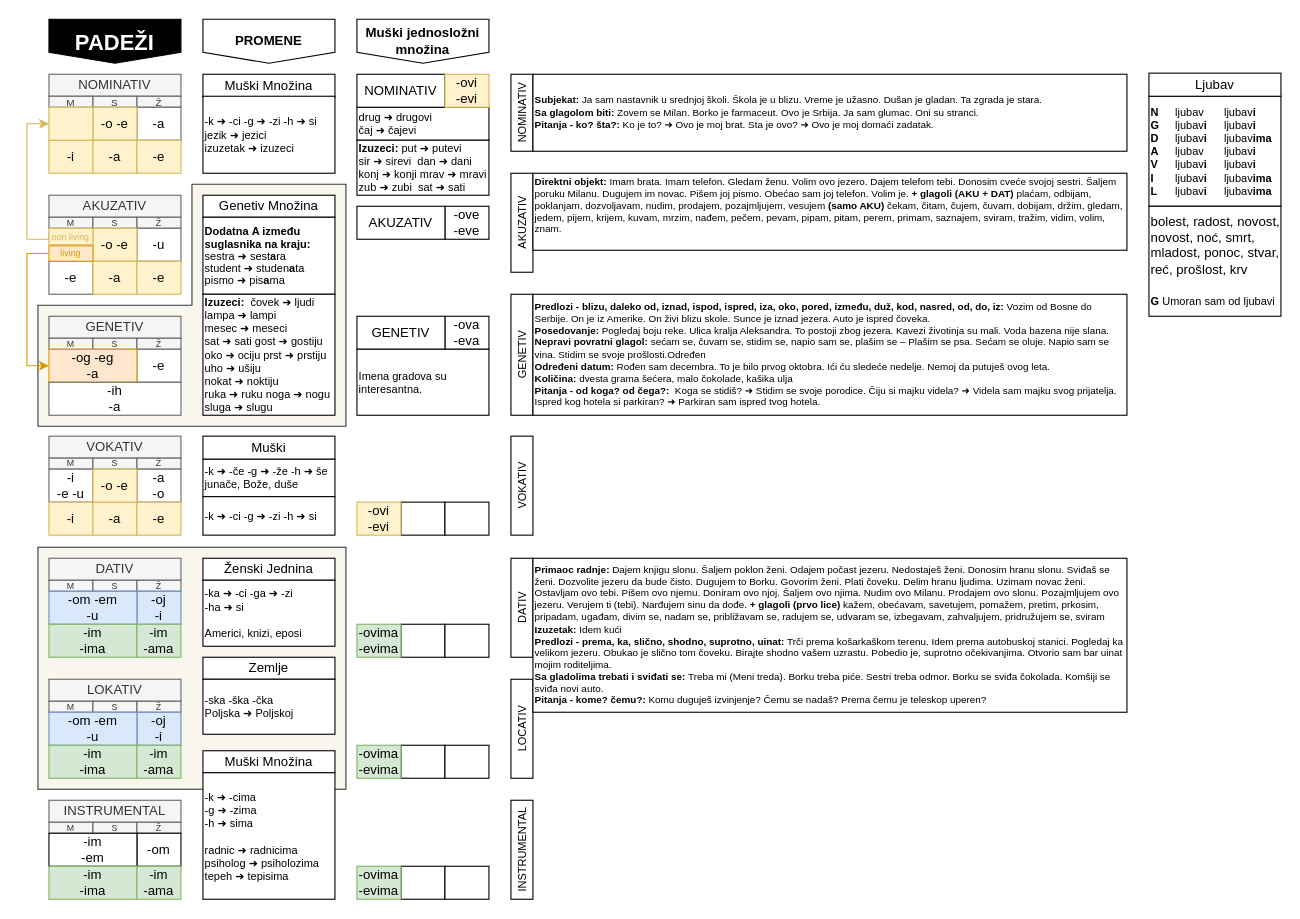
Earlier version of the draw.io diagram padezi.drawio (vlandivir/srpski). Source tidied: cells renumbered, new cells numbered last; positions are measured from the earlier drawing's top-left corner, leaving out a move shared by most shapes. Both pictures are drawn from the tidied source at 110%, with x=0, y=0 at pixel (26, 19).
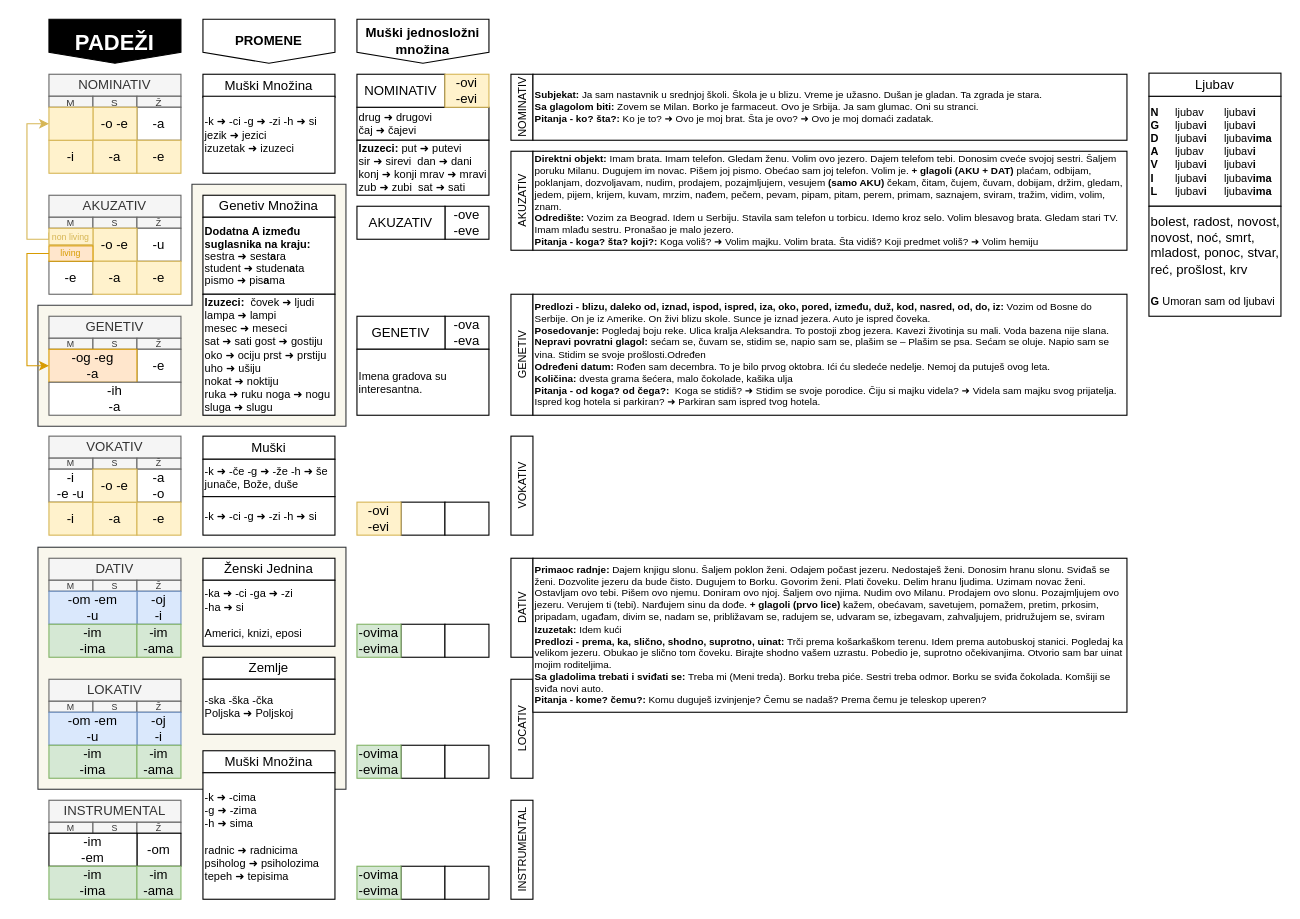
After the change.

Change to the diagram source:
```diff
@@
     <mxCell id="103" value="NOMINATIV" style="rounded=0;whiteSpace=wrap;html=1;fontSize=10;horizontal=0;" parent="1" vertex="1">
-      <mxGeometry x="440" y="50" width="20" height="70" as="geometry" />
+      <mxGeometry x="440" y="50" width="20" height="60" as="geometry" />
     </mxCell>
     <mxCell id="104" value="AKUZATIV" style="rounded=0;whiteSpace=wrap;html=1;fontSize=10;horizontal=0;" parent="1" vertex="1">
-      <mxGeometry x="440" y="140" width="20" height="90" as="geometry" />
+      <mxGeometry x="440" y="120" width="20" height="90" as="geometry" />
     </mxCell>
@@
-    <mxCell id="110" value="&lt;b style=&quot;font-size: 9px;&quot;&gt;Subjekat:&lt;/b&gt; Ja sam nastavnik u srednjoj školi. Škola je u blizu. Vreme je užasno. Dušan je gladan. Ta zgrada je stara. &lt;br style=&quot;font-size: 9px;&quot;&gt;&lt;b style=&quot;font-size: 9px;&quot;&gt;Sa glagolom biti: &lt;/b&gt;Zovem se Milan. Borko je farmaceut. Ovo je Srbija. Ja sam glumac. Oni su stranci.&lt;br style=&quot;font-size: 9px;&quot;&gt;&lt;b style=&quot;font-size: 9px;&quot;&gt;Pitanja - ko? šta?: &lt;/b&gt;Ko je to? ➜ Ovo je moj brat. Sta je ovo? ➜ Ovo je moj domaći zadatak.&amp;nbsp;" style="rounded=0;whiteSpace=wrap;html=1;align=left;fontSize=9;" parent="1" vertex="1">
-      <mxGeometry x="460" y="50" width="540" height="70" as="geometry" />
+    <mxCell id="110" value="&lt;b style=&quot;font-size: 9px;&quot;&gt;Subjekat:&lt;/b&gt; Ja sam nastavnik u srednjoj školi. Škola je u blizu. Vreme je užasno. Dušan je gladan. Ta zgrada je stara. &lt;br style=&quot;font-size: 9px;&quot;&gt;&lt;b style=&quot;font-size: 9px;&quot;&gt;Sa glagolom biti: &lt;/b&gt;Zovem se Milan. Borko je farmaceut. Ovo je Srbija. Ja sam glumac. Oni su stranci.&lt;br style=&quot;font-size: 9px;&quot;&gt;&lt;b style=&quot;font-size: 9px;&quot;&gt;Pitanja - ko? šta?: &lt;/b&gt;Ko je to? ➜ Ovo je moj brat. Šta je ovo? ➜ Ovo je moj domaći zadatak.&amp;nbsp;" style="rounded=0;whiteSpace=wrap;html=1;align=left;fontSize=9;" parent="1" vertex="1">
+      <mxGeometry x="460" y="50" width="540" height="60" as="geometry" />
     </mxCell>
@@
-    <mxCell id="119" value="&lt;b&gt;Direktni objekt&lt;span style=&quot;font-size: 9px;&quot;&gt;:&lt;/span&gt;&lt;/b&gt;&amp;nbsp;Imam brata. Imam telefon. Gledam ženu. Volim ovo jezero. Dajem telefom tebi. Donosim cveće svojoj sestri. Šaljem poruku Milanu. Dugujem im novac. Pišem joj pismo. Obećao sam joj telefon. Volim je. &lt;b&gt;+ glagoli (AKU + DAT) &lt;/b&gt;plaćam, odbijam, poklanjam, dozvoljavam, nudim, prodajem, pozajmljujem, vesujem &lt;b&gt;(samo AKU) &lt;/b&gt;čekam, čitam, čujem, čuvam, dobijam, držim, gledam, jedem, pijem, krijem, kuvam, mrzim, nađem, pečem, pevam, pipam, pitam, perem, primam, saznajem, sviram, tražim, vidim, volim, znam.&lt;br&gt;&amp;nbsp;&lt;b&gt;&amp;nbsp;&lt;/b&gt;" style="rounded=0;whiteSpace=wrap;html=1;align=left;fontSize=9;" parent="1" vertex="1">
-      <mxGeometry x="460" y="140" width="540" height="70" as="geometry" />
+    <mxCell id="119" value="&lt;b&gt;Direktni objekt&lt;span style=&quot;font-size: 9px;&quot;&gt;:&lt;/span&gt;&lt;/b&gt;&amp;nbsp;Imam brata. Imam telefon. Gledam ženu. Volim ovo jezero. Dajem telefom tebi. Donosim cveće svojoj sestri. Šaljem poruku Milanu. Dugujem im novac. Pišem joj pismo. Obećao sam joj telefon. Volim je. &lt;b&gt;+ glagoli (AKU + DAT) &lt;/b&gt;plaćam, odbijam, poklanjam, dozvoljavam, nudim, prodajem, pozajmljujem, vesujem &lt;b&gt;(samo AKU) &lt;/b&gt;čekam, čitam, čujem, čuvam, dobijam, držim, gledam, jedem, pijem, krijem, kuvam, mrzim, nađem, pečem, pevam, pipam, pitam, perem, primam, saznajem, sviram, tražim, vidim, volim, znam.&lt;br&gt;&lt;b&gt;Odredište: &lt;/b&gt;Vozim za Beograd. Idem u Serbiju. Stavila sam telefon u torbicu. Idemo kroz selo. Volim blesavog brata. Gledam stari TV. Imam mlađu sestru. Pronašao je malo jezero.&lt;br&gt;&lt;b style=&quot;border-color: var(--border-color);&quot;&gt;Pitanja - koga? šta? koji?:&amp;nbsp;&lt;/b&gt;Koga voliš? ➜ Volim majku. Volim brata. Šta vidiš? Koji predmet voliš? ➜ Volim hemiju" style="rounded=0;whiteSpace=wrap;html=1;align=left;fontSize=9;" parent="1" vertex="1">
+      <mxGeometry x="460" y="120" width="540" height="90" as="geometry" />
     </mxCell>
```
